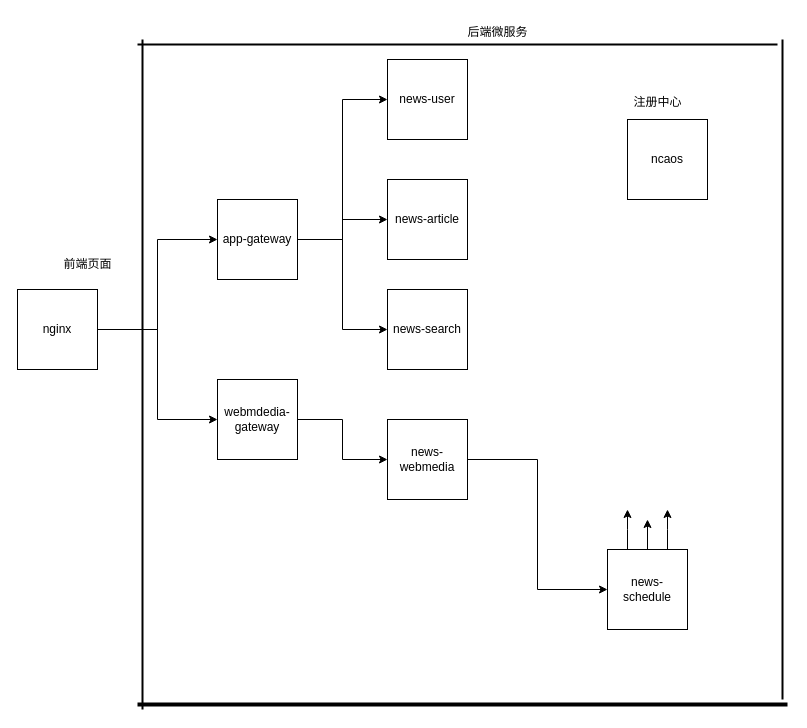
Before: 已实现功能.drawio in yhhhhhhLin/draw, a draw.io diagram. Source tidied: cells renumbered, new cells numbered last; positions are measured from the earlier drawing's top-left corner, leaving out a move shared by most shapes. Both pictures are drawn from the tidied source at 100%, with x=0, y=0 at pixel (17, 17).
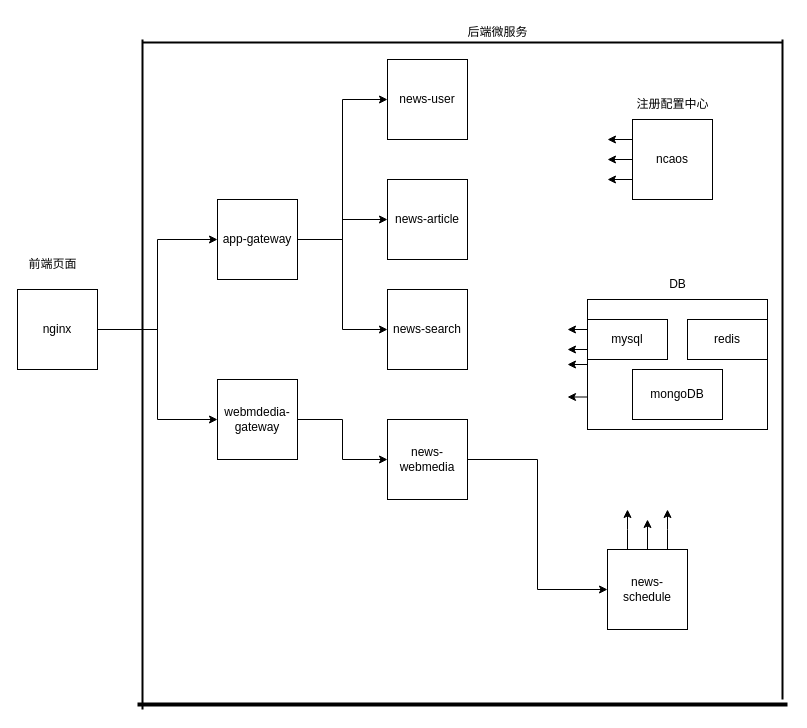
Above is the later version.

Commit message:
更新已实现功能.drawio

What changed in the source:
```diff
@@
     <mxCell id="20" value="前端页面" style="text;html=1;align=center;verticalAlign=middle;strokeColor=none;fillColor=none;" parent="1" vertex="1">
-      <mxGeometry x="35" y="232" width="70" height="30" as="geometry" />
+      <mxGeometry y="232" width="70" height="30" as="geometry" />
     </mxCell>
@@
     <mxCell id="24" style="line;strokeWidth=2;html=1;" parent="1" vertex="1">
-      <mxGeometry x="120" y="22" width="640" height="10" as="geometry" />
+      <mxGeometry x="125" y="20" width="640" height="10" as="geometry" />
     </mxCell>
@@
+    <mxCell id="28" style="edgeStyle=orthogonalEdgeStyle;rounded=0;jettySize=auto;html=1;exitX=0;exitY=0.25;exitDx=0;exitDy=0;" parent="1" edge="1" source="26">
+      <mxGeometry relative="1" as="geometry">
+        <mxPoint x="590" y="122" as="targetPoint" />
+      </mxGeometry>
+    </mxCell>
+    <mxCell id="29" style="edgeStyle=orthogonalEdgeStyle;rounded=0;jettySize=auto;html=1;exitX=0;exitY=0.5;exitDx=0;exitDy=0;" parent="1" edge="1" source="26">
+      <mxGeometry relative="1" as="geometry">
+        <mxPoint x="590" y="142" as="targetPoint" />
+      </mxGeometry>
+    </mxCell>
+    <mxCell id="30" style="edgeStyle=orthogonalEdgeStyle;rounded=0;jettySize=auto;html=1;exitX=0;exitY=0.75;exitDx=0;exitDy=0;" parent="1" edge="1" source="26">
+      <mxGeometry relative="1" as="geometry">
+        <mxPoint x="590" y="162" as="targetPoint" />
+      </mxGeometry>
+    </mxCell>
     <mxCell id="26" value="ncaos" style="whiteSpace=wrap;html=1;" parent="1" vertex="1">
-      <mxGeometry x="610" y="102" width="80" height="80" as="geometry" />
+      <mxGeometry x="615" y="102" width="80" height="80" as="geometry" />
     </mxCell>
-    <mxCell id="27" value="注册中心" style="text;html=1;align=center;verticalAlign=middle;strokeColor=none;fillColor=none;" parent="1" vertex="1">
-      <mxGeometry x="605" y="70" width="70" height="30" as="geometry" />
+    <mxCell id="27" value="注册配置中心" style="text;html=1;align=center;verticalAlign=middle;strokeColor=none;fillColor=none;" parent="1" vertex="1">
+      <mxGeometry x="605" y="72" width="100" height="30" as="geometry" />
     </mxCell>
+    <mxCell id="31" style="edgeStyle=orthogonalEdgeStyle;rounded=0;jettySize=auto;html=1;exitX=0;exitY=0.75;exitDx=0;exitDy=0;" parent="1" edge="1" source="33">
+      <mxGeometry relative="1" as="geometry">
+        <mxPoint x="550" y="380" as="targetPoint" />
+      </mxGeometry>
+    </mxCell>
+    <mxCell id="32" style="edgeStyle=orthogonalEdgeStyle;rounded=0;jettySize=auto;html=1;exitX=0;exitY=0.5;exitDx=0;exitDy=0;" parent="1" edge="1" source="33">
+      <mxGeometry relative="1" as="geometry">
+        <mxPoint x="550" y="347" as="targetPoint" />
+      </mxGeometry>
+    </mxCell>
+    <mxCell id="33" style="rounded=0;whiteSpace=wrap;html=1;" parent="1" vertex="1">
+      <mxGeometry x="570" y="282" width="180" height="130" as="geometry" />
+    </mxCell>
+    <mxCell id="34" style="edgeStyle=orthogonalEdgeStyle;rounded=0;jettySize=auto;html=1;exitX=0;exitY=0.25;exitDx=0;exitDy=0;" parent="1" edge="1" source="36">
+      <mxGeometry relative="1" as="geometry">
+        <mxPoint x="550" y="312" as="targetPoint" />
+      </mxGeometry>
+    </mxCell>
+    <mxCell id="35" style="edgeStyle=orthogonalEdgeStyle;rounded=0;jettySize=auto;html=1;exitX=0;exitY=0.75;exitDx=0;exitDy=0;" parent="1" edge="1" source="36">
+      <mxGeometry relative="1" as="geometry">
+        <mxPoint x="550" y="332" as="targetPoint" />
+      </mxGeometry>
+    </mxCell>
+    <mxCell id="36" value="mysql" style="rounded=0;whiteSpace=wrap;html=1;" parent="1" vertex="1">
+      <mxGeometry x="570" y="302" width="80" height="40" as="geometry" />
+    </mxCell>
+    <mxCell id="37" value="redis" style="rounded=0;whiteSpace=wrap;html=1;" parent="1" vertex="1">
+      <mxGeometry x="670" y="302" width="80" height="40" as="geometry" />
+    </mxCell>
+    <mxCell id="38" value="mongoDB" style="rounded=0;whiteSpace=wrap;html=1;" parent="1" vertex="1">
+      <mxGeometry x="615" y="352" width="90" height="50" as="geometry" />
+    </mxCell>
+    <mxCell id="39" value="DB" style="text;html=1;align=center;verticalAlign=middle;strokeColor=none;fillColor=none;" parent="1" vertex="1">
+      <mxGeometry x="640" y="252" width="40" height="30" as="geometry" />
+    </mxCell>
```
